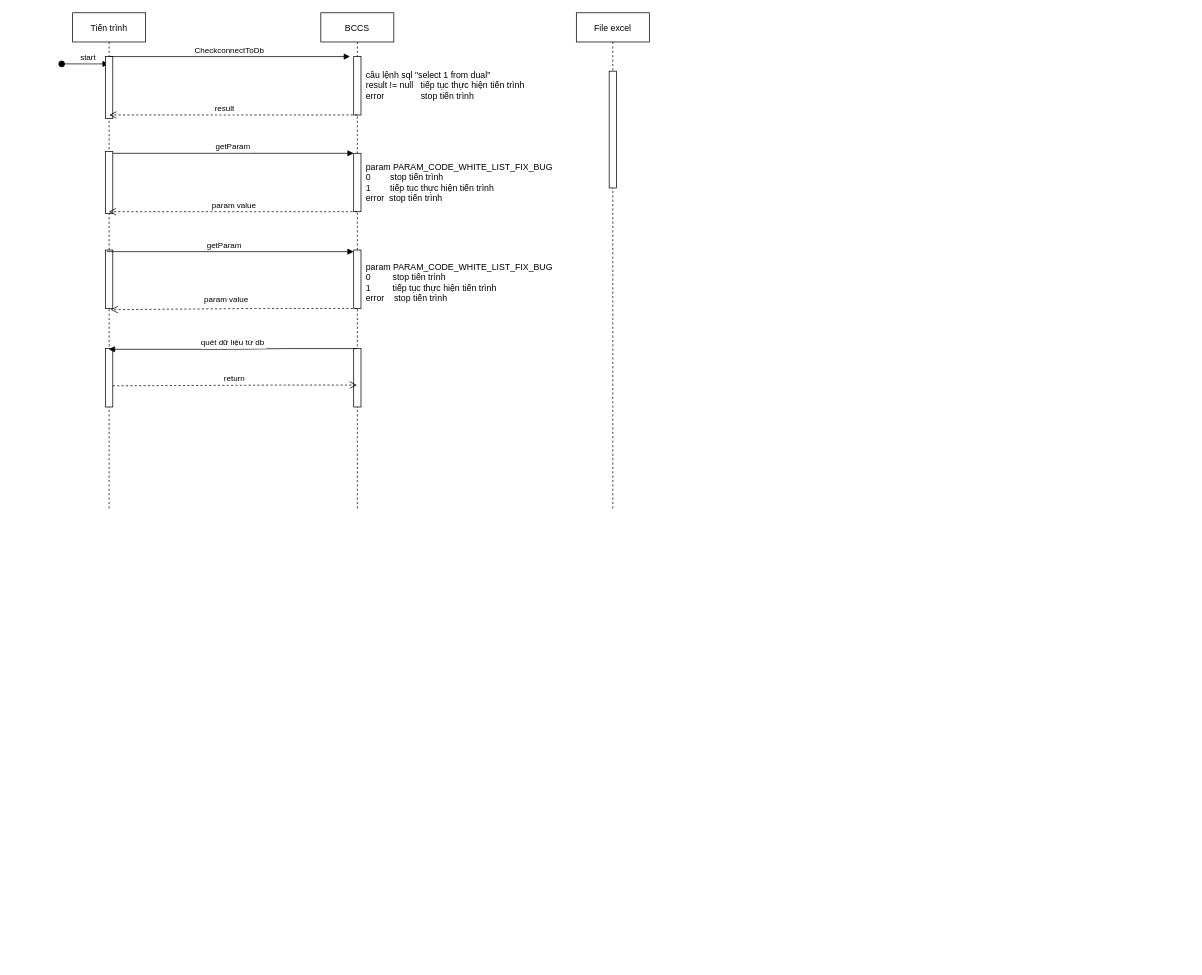
Earlier version of the draw.io diagram Untitled Diagram.drawio (tvthieu/testmerge). Source tidied: cells renumbered, new cells numbered last; positions are measured from the earlier drawing's top-left corner, leaving out a move shared by most shapes. Both pictures are drawn from the tidied source at 73%, with x=0, y=0 at pixel (61, 12).
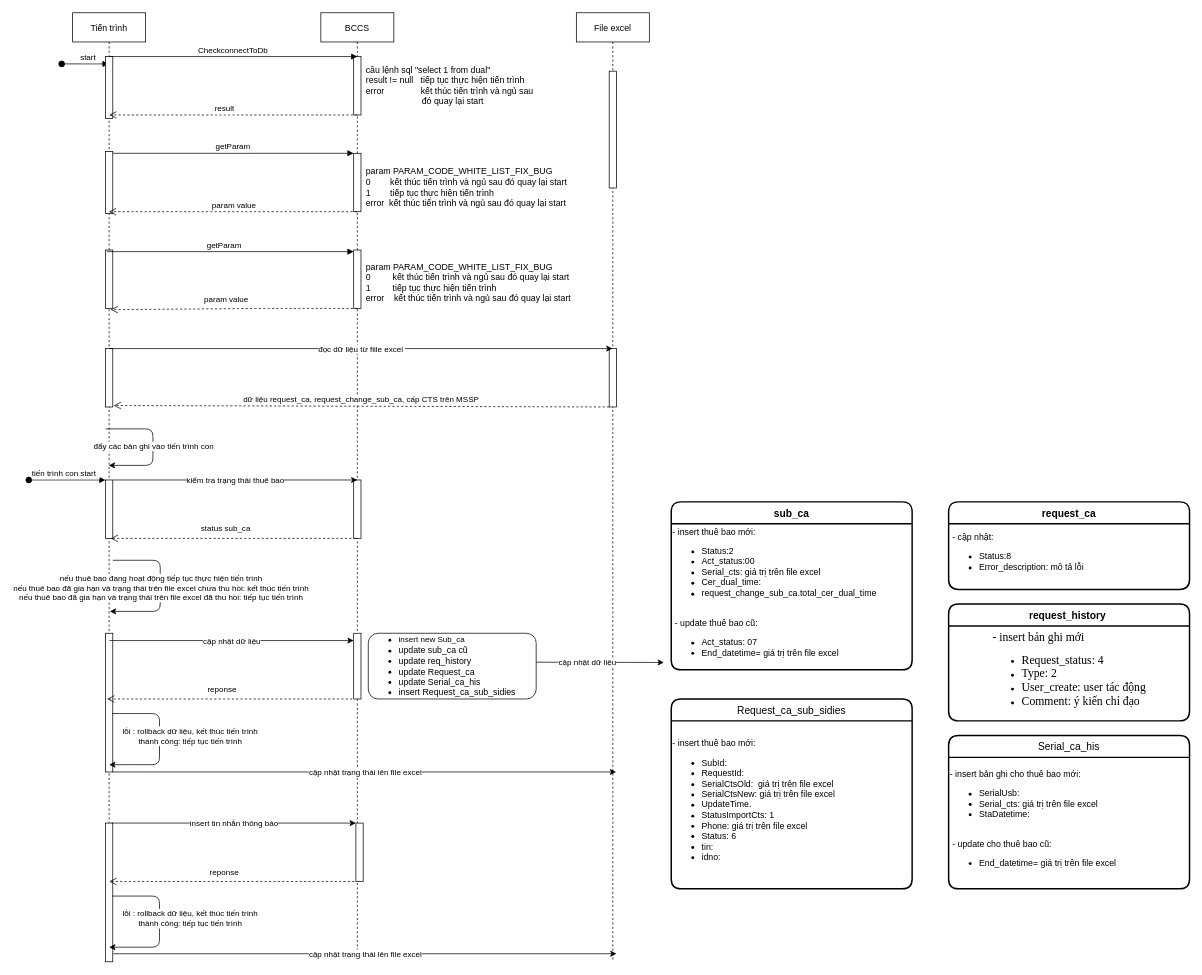
Above is the later version.

Unchanged cells that the change refers to:
```xml
<mxCell id="5" style="points=[];perimeter=orthogonalPerimeter;rounded=0;shadow=0;strokeWidth=1;" parent="2" vertex="1">
  <mxGeometry x="45" y="460" width="10" height="80" as="geometry" />
</mxCell>
<mxCell id="11" style="points=[];perimeter=orthogonalPerimeter;rounded=0;shadow=0;strokeWidth=1;" parent="8" vertex="1">
  <mxGeometry x="45" y="60" width="10" height="80" as="geometry" />
</mxCell>
```

The edit, as a diff of the source:
```diff
@@
     <mxCell id="2" value="Tiến trình" style="shape=umlLifeline;perimeter=lifelinePerimeter;rounded=0;shadow=0;strokeWidth=1;" parent="1" vertex="1">
-      <mxGeometry x="15" width="100" height="680" as="geometry" />
+      <mxGeometry x="15" width="100" height="1300" as="geometry" />
     </mxCell>
@@
+    <mxCell id="26" style="perimeter=orthogonalPerimeter;rounded=0;shadow=0;strokeWidth=1;" parent="2" vertex="1">
+      <mxGeometry x="45" y="640" width="10" height="80" as="geometry" />
+    </mxCell>
+    <mxCell id="27" style="perimeter=orthogonalPerimeter;rounded=0;shadow=0;strokeWidth=1;" parent="2" vertex="1">
+      <mxGeometry x="45" y="850" width="10" height="190" as="geometry" />
+    </mxCell>
+    <mxCell id="28" style="perimeter=orthogonalPerimeter;rounded=0;shadow=0;strokeWidth=1;" parent="2" vertex="1">
+      <mxGeometry x="45" y="1110" width="10" height="190" as="geometry" />
+    </mxCell>
     <mxCell id="8" value="BCCS" style="shape=umlLifeline;perimeter=lifelinePerimeter;rounded=0;shadow=0;strokeWidth=1;" parent="1" vertex="1">
-      <mxGeometry x="355" width="100" height="680" as="geometry" />
+      <mxGeometry x="355" width="100" height="1290" as="geometry" />
     </mxCell>
@@
-    <mxCell id="12" style="points=[];perimeter=orthogonalPerimeter;rounded=0;shadow=0;strokeWidth=1;" parent="8" vertex="1">
-      <mxGeometry x="45" y="460" width="10" height="80" as="geometry" />
-    </mxCell>
+    <mxCell id="29" style="perimeter=orthogonalPerimeter;rounded=0;shadow=0;strokeWidth=1;" parent="8" vertex="1">
+      <mxGeometry x="45" y="640" width="10" height="80" as="geometry" />
+    </mxCell>
+    <mxCell id="30" style="perimeter=orthogonalPerimeter;rounded=0;shadow=0;strokeWidth=1;" parent="8" vertex="1">
+      <mxGeometry x="45" y="850" width="10" height="90" as="geometry" />
+    </mxCell>
+    <mxCell id="31" style="perimeter=orthogonalPerimeter;rounded=0;shadow=0;strokeWidth=1;" parent="8" vertex="1">
+      <mxGeometry x="48" y="1110" width="10" height="80" as="geometry" />
+    </mxCell>
@@
-    <mxCell id="15" value="quét dữ liệu từ db" style="verticalAlign=bottom;endArrow=block;shadow=0;strokeWidth=1;" parent="1" edge="1">
-      <mxGeometry relative="1" as="geometry">
-        <mxPoint x="404.5" y="460" as="sourcePoint" />
-        <mxPoint x="64.5" y="461" as="targetPoint" />
-        <Array as="points">
-          <mxPoint x="305" y="460" />
-          <mxPoint x="235" y="461" />
-        </Array>
-      </mxGeometry>
-    </mxCell>
-    <mxCell id="16" value="return" style="verticalAlign=bottom;endArrow=open;dashed=1;endSize=8;exitX=1;exitY=0.638;shadow=0;strokeWidth=1;exitDx=0;exitDy=0;exitPerimeter=0;" parent="1" edge="1" source="5">
-      <mxGeometry relative="1" as="geometry">
-        <mxPoint x="404.5" y="510" as="targetPoint" />
-        <Array as="points">
-          <mxPoint x="295" y="510" />
-        </Array>
-      </mxGeometry>
-    </mxCell>
     <mxCell id="17" value="File excel" style="shape=umlLifeline;perimeter=lifelinePerimeter;rounded=0;shadow=0;strokeWidth=1;" parent="1" vertex="1">
-      <mxGeometry x="705" width="100" height="680" as="geometry" />
+      <mxGeometry x="705" width="100" height="1300" as="geometry" />
     </mxCell>
@@
-    <mxCell id="19" value="&lt;div&gt;param PARAM_CODE_WHITE_LIST_FIX_BUG&lt;/div&gt;&lt;div&gt;&lt;span&gt;0&amp;nbsp; &amp;nbsp; &amp;nbsp; &amp;nbsp; stop tiến trình&lt;/span&gt;&lt;/div&gt;&lt;div&gt;1&amp;nbsp; &amp;nbsp; &amp;nbsp; &amp;nbsp; tiếp tục thực hiện tiến trình&lt;/div&gt;&lt;div&gt;error&amp;nbsp; stop tiến trình&lt;/div&gt;" style="text;html=1;strokeColor=none;fillColor=none;align=left;verticalAlign=middle;whiteSpace=wrap;rounded=0;" parent="1" vertex="1">
-      <mxGeometry x="415" y="207.5" width="270" height="50" as="geometry" />
+    <mxCell id="19" value="&lt;div&gt;param PARAM_CODE_WHITE_LIST_FIX_BUG&lt;span&gt;&amp;nbsp; &amp;nbsp;&lt;/span&gt;&lt;/div&gt;0&amp;nbsp; &amp;nbsp; &amp;nbsp; &amp;nbsp; kết thúc tiến trình và ngủ sau đó quay lại start&lt;div&gt;1&amp;nbsp; &amp;nbsp; &amp;nbsp; &amp;nbsp; tiếp tục thực hiện tiến trình&lt;/div&gt;error&amp;nbsp; kết thúc tiến trình và ngủ sau đó quay lại start" style="text;html=1;strokeColor=none;fillColor=none;align=left;verticalAlign=middle;whiteSpace=wrap;rounded=0;" parent="1" vertex="1">
+      <mxGeometry x="415" y="207.5" width="320" height="62.5" as="geometry" />
     </mxCell>
@@
-    <mxCell id="21" value="param PARAM_CODE_WHITE_LIST_FIX_BUG&lt;br&gt;0&amp;nbsp; &amp;nbsp; &amp;nbsp; &amp;nbsp; &amp;nbsp;stop tiến trình&lt;br&gt;1&amp;nbsp; &amp;nbsp; &amp;nbsp; &amp;nbsp; &amp;nbsp;tiếp tục thực hiện tiến trình&lt;br&gt;error&amp;nbsp; &amp;nbsp; stop tiến trình" style="text;whiteSpace=wrap;html=1;" parent="1" vertex="1">
-      <mxGeometry x="415" y="335" width="270" height="70" as="geometry" />
+    <mxCell id="21" value="param PARAM_CODE_WHITE_LIST_FIX_BUG&lt;br&gt;0&amp;nbsp; &amp;nbsp; &amp;nbsp; &amp;nbsp; &amp;nbsp;kết thúc tiến trình và ngủ sau đó quay lại start&lt;br&gt;1&amp;nbsp; &amp;nbsp; &amp;nbsp; &amp;nbsp; &amp;nbsp;tiếp tục thực hiện tiến trình&lt;br&gt;error&amp;nbsp; &amp;nbsp; kết thúc tiến trình và ngủ sau đó quay lại start" style="text;whiteSpace=wrap;html=1;" parent="1" vertex="1">
+      <mxGeometry x="415" y="335" width="300" height="70" as="geometry" />
     </mxCell>
@@
-    <mxCell id="23" value="CheckconnectToDb" style="verticalAlign=bottom;endArrow=block;entryX=0;entryY=0;shadow=0;strokeWidth=1;" parent="1" edge="1">
+    <mxCell id="23" value="CheckconnectToDb" style="verticalAlign=bottom;endArrow=block;entryX=0.5;entryY=0;shadow=0;strokeWidth=1;entryDx=0;entryDy=0;entryPerimeter=0;" parent="1" edge="1" target="11">
       <mxGeometry relative="1" as="geometry">
         <mxPoint x="65" y="60" as="sourcePoint" />
-        <mxPoint x="395" y="60" as="targetPoint" />
       </mxGeometry>
     </mxCell>
@@
-    <mxCell id="25" value="câu lệnh sql &quot;select 1 from dual&quot;&lt;br&gt;result != null&amp;nbsp; &amp;nbsp;tiếp tục thực hiện tiến trình&lt;br&gt;error&amp;nbsp; &amp;nbsp; &amp;nbsp; &amp;nbsp; &amp;nbsp; &amp;nbsp; &amp;nbsp; &amp;nbsp;stop tiến trình" style="text;html=1;strokeColor=none;fillColor=none;align=left;verticalAlign=middle;whiteSpace=wrap;rounded=0;" parent="1" vertex="1">
+    <mxCell id="25" value="câu lệnh sql &quot;select 1 from dual&quot;&lt;br&gt;result != null&amp;nbsp; &amp;nbsp;tiếp tục thực hiện tiến trình&lt;br&gt;error&amp;nbsp; &amp;nbsp; &amp;nbsp; &amp;nbsp; &amp;nbsp; &amp;nbsp; &amp;nbsp; &amp;nbsp;kết thúc tiến trình và ngủ sau&amp;nbsp; &amp;nbsp; &amp;nbsp; &amp;nbsp; &amp;nbsp; &amp;nbsp; &amp;nbsp; &amp;nbsp; &amp;nbsp; &amp;nbsp; &amp;nbsp; &amp;nbsp; &amp;nbsp;đó quay lại start" style="text;html=1;strokeColor=none;fillColor=none;align=left;verticalAlign=middle;whiteSpace=wrap;rounded=0;" parent="1" vertex="1">
       <mxGeometry x="415" y="70" width="240" height="60" as="geometry" />
     </mxCell>
+    <mxCell id="12" style="points=[];perimeter=orthogonalPerimeter;rounded=0;shadow=0;strokeWidth=1;" parent="1" vertex="1">
+      <mxGeometry x="750" y="460" width="10" height="80" as="geometry" />
+    </mxCell>
+    <mxCell id="32" style="endArrow=classic;html=1;" parent="1" edge="1" target="17">
+      <mxGeometry relative="1" as="geometry">
+        <mxPoint x="65" y="460" as="sourcePoint" />
+      </mxGeometry>
+    </mxCell>
+    <mxCell id="33" value="đọc dữ liệu từ fiile excel&amp;nbsp;" style="edgeLabel;html=1;align=center;verticalAlign=middle;" parent="32" vertex="1">
+      <mxGeometry relative="1" as="geometry" />
+    </mxCell>
+    <mxCell id="34" value="dữ liệu request_ca, request_change_sub_ca, cấp CTS trên MSSP&lt;br&gt;" style="html=1;verticalAlign=bottom;endArrow=open;dashed=1;endSize=8;exitX=0;exitY=1;exitDx=0;exitDy=0;exitPerimeter=0;entryX=1.1;entryY=0.975;entryDx=0;entryDy=0;entryPerimeter=0;" parent="1" edge="1" source="12" target="5">
+      <mxGeometry relative="1" as="geometry" />
+    </mxCell>
+    <mxCell id="35" style="endArrow=classic;html=1;" parent="1" edge="1">
+      <mxGeometry relative="1" as="geometry">
+        <mxPoint x="70.5" y="640" as="sourcePoint" />
+        <mxPoint x="405" y="640" as="targetPoint" />
+      </mxGeometry>
+    </mxCell>
+    <mxCell id="36" value="kiểm tra trạng thái thuê bao" style="edgeLabel;html=1;align=center;verticalAlign=middle;" parent="35" vertex="1">
+      <mxGeometry relative="1" as="geometry" />
+    </mxCell>
+    <mxCell id="37" value="status sub_ca" style="verticalAlign=bottom;endArrow=open;dashed=1;endSize=8;shadow=0;strokeWidth=1;" parent="1" edge="1">
+      <mxGeometry x="0.18" y="-20" relative="1" as="geometry">
+        <mxPoint x="403" y="720" as="sourcePoint" />
+        <mxPoint x="67" y="720" as="targetPoint" />
+        <mxPoint x="20" y="16" as="offset" />
+      </mxGeometry>
+    </mxCell>
+    <mxCell id="38" style="endArrow=classic;html=1;" parent="1" edge="1" target="2">
+      <mxGeometry relative="1" as="geometry">
+        <mxPoint x="60" y="570" as="sourcePoint" />
+        <Array as="points">
+          <mxPoint x="125" y="570" />
+          <mxPoint x="125" y="620" />
+        </Array>
+      </mxGeometry>
+    </mxCell>
+    <mxCell id="39" value="đẩy các bản ghi vào tiến trình con&lt;br&gt;" style="edgeLabel;html=1;align=center;verticalAlign=middle;" parent="38" vertex="1">
+      <mxGeometry relative="1" as="geometry" />
+    </mxCell>
+    <mxCell id="40" value="tiến trình con start " style="verticalAlign=bottom;startArrow=oval;endArrow=block;startSize=8;shadow=0;strokeWidth=1;" parent="1" edge="1">
+      <mxGeometry x="-0.05" relative="1" as="geometry">
+        <mxPoint x="-45" y="640" as="sourcePoint" />
+        <mxPoint x="60" y="640" as="targetPoint" />
+      </mxGeometry>
+    </mxCell>
+    <mxCell id="41" style="endArrow=classic;html=1;" parent="1" edge="1">
+      <mxGeometry relative="1" as="geometry">
+        <mxPoint x="70" y="750" as="sourcePoint" />
+        <mxPoint x="66" y="820" as="targetPoint" />
+        <Array as="points">
+          <mxPoint x="135" y="750" />
+          <mxPoint x="135" y="820" />
+          <mxPoint x="105" y="820" />
+        </Array>
+      </mxGeometry>
+    </mxCell>
+    <mxCell id="42" value="nếu thuê bao đang hoạt động tiếp tục thực hiện tiến trình&lt;br&gt;nếu thuê bao đã gia hạn và trạng thái trên file excel chưa thu hồi: kết thúc tiến trình&lt;br&gt;nếu thuê bao đã gia hạn và trạng thái trên file excel đã thu hồi: tiếp&amp;nbsp;tục tiến trình" style="edgeLabel;html=1;align=center;verticalAlign=middle;" parent="41" vertex="1">
+      <mxGeometry relative="1" as="geometry" />
+    </mxCell>
+    <mxCell id="43" style="endArrow=classic;html=1;" parent="1" edge="1">
+      <mxGeometry relative="1" as="geometry">
+        <mxPoint x="65.5" y="860" as="sourcePoint" />
+        <mxPoint x="400" y="860" as="targetPoint" />
+      </mxGeometry>
+    </mxCell>
+    <mxCell id="44" value="cập nhật dữ liệu" style="edgeLabel;html=1;align=center;verticalAlign=middle;" parent="43" vertex="1">
+      <mxGeometry relative="1" as="geometry" />
+    </mxCell>
+    <mxCell id="45" value="reponse" style="verticalAlign=bottom;endArrow=open;dashed=1;endSize=8;shadow=0;strokeWidth=1;" parent="1" edge="1">
+      <mxGeometry x="0.18" y="-20" relative="1" as="geometry">
+        <mxPoint x="398" y="940" as="sourcePoint" />
+        <mxPoint x="62" y="940" as="targetPoint" />
+        <mxPoint x="20" y="16" as="offset" />
+      </mxGeometry>
+    </mxCell>
+    <mxCell id="46" style="endArrow=classic;html=1;" parent="1" edge="1">
+      <mxGeometry relative="1" as="geometry">
+        <mxPoint x="70" y="1040" as="sourcePoint" />
+        <mxPoint x="759.5" y="1040" as="targetPoint" />
+        <Array as="points">
+          <mxPoint x="130" y="1040" />
+        </Array>
+      </mxGeometry>
+    </mxCell>
+    <mxCell id="47" value="cập nhật trạng thái lên file excel" style="edgeLabel;html=1;align=center;verticalAlign=middle;" parent="46" vertex="1">
+      <mxGeometry relative="1" as="geometry" />
+    </mxCell>
+    <mxCell id="48" style="endArrow=classic;html=1;" parent="1" edge="1">
+      <mxGeometry relative="1" as="geometry">
+        <mxPoint x="68.5" y="1110" as="sourcePoint" />
+        <mxPoint x="403" y="1110" as="targetPoint" />
+      </mxGeometry>
+    </mxCell>
+    <mxCell id="49" value="insert tin nhắn thông báo" style="edgeLabel;html=1;align=center;verticalAlign=middle;" parent="48" vertex="1">
+      <mxGeometry relative="1" as="geometry" />
+    </mxCell>
+    <mxCell id="50" value="reponse" style="verticalAlign=bottom;endArrow=open;dashed=1;endSize=8;shadow=0;strokeWidth=1;" parent="1" edge="1">
+      <mxGeometry x="0.18" y="-20" relative="1" as="geometry">
+        <mxPoint x="401" y="1190" as="sourcePoint" />
+        <mxPoint x="65" y="1190" as="targetPoint" />
+        <mxPoint x="20" y="16" as="offset" />
+      </mxGeometry>
+    </mxCell>
+    <mxCell id="51" style="endArrow=classic;html=1;" parent="1" edge="1">
+      <mxGeometry relative="1" as="geometry">
+        <mxPoint x="70.5" y="1289" as="sourcePoint" />
+        <mxPoint x="760" y="1289" as="targetPoint" />
+        <Array as="points">
+          <mxPoint x="130.5" y="1289" />
+        </Array>
+      </mxGeometry>
+    </mxCell>
+    <mxCell id="52" value="cập nhật trạng thái lên file excel" style="edgeLabel;html=1;align=center;verticalAlign=middle;" parent="51" vertex="1">
+      <mxGeometry relative="1" as="geometry" />
+    </mxCell>
+    <mxCell id="53" style="endArrow=classic;html=1;" parent="1" edge="1">
+      <mxGeometry relative="1" as="geometry">
+        <mxPoint x="69" y="960" as="sourcePoint" />
+        <mxPoint x="65" y="1030" as="targetPoint" />
+        <Array as="points">
+          <mxPoint x="134" y="960" />
+          <mxPoint x="134" y="1030" />
+          <mxPoint x="104" y="1030" />
+        </Array>
+      </mxGeometry>
+    </mxCell>
+    <mxCell id="54" value="lỗi : rollback dữ liệu, kết thúc tiến trình&lt;br&gt;thành công: tiếp tục tiến trình" style="edgeLabel;html=1;align=center;verticalAlign=middle;" parent="53" vertex="1">
+      <mxGeometry relative="1" as="geometry">
+        <mxPoint x="41" y="-7" as="offset" />
+      </mxGeometry>
+    </mxCell>
+    <mxCell id="55" style="endArrow=classic;html=1;" parent="1" edge="1">
+      <mxGeometry relative="1" as="geometry">
+        <mxPoint x="69" y="1210" as="sourcePoint" />
+        <mxPoint x="65" y="1280" as="targetPoint" />
+        <Array as="points">
+          <mxPoint x="134" y="1210" />
+          <mxPoint x="134" y="1280" />
+          <mxPoint x="104" y="1280" />
+        </Array>
+      </mxGeometry>
+    </mxCell>
+    <mxCell id="56" value="lỗi : rollback dữ liệu, kết thúc tiến trình&lt;br&gt;thành công: tiếp tục tiến trình" style="edgeLabel;html=1;align=center;verticalAlign=middle;" parent="55" vertex="1">
+      <mxGeometry relative="1" as="geometry">
+        <mxPoint x="41" y="-7" as="offset" />
+      </mxGeometry>
+    </mxCell>
+    <mxCell id="57" value="sub_ca" style="swimlane;horizontal=1;startSize=30;rounded=1;fontSize=14;fontStyle=1;strokeWidth=2;shadow=0;dashed=0;align=center;" parent="1" vertex="1">
+      <mxGeometry x="835" y="670" width="330" height="230" as="geometry" />
+    </mxCell>
+    <mxCell id="58" value="&lt;span&gt;-&amp;nbsp;insert thuê bao mới:&lt;/span&gt;&lt;span&gt;&amp;nbsp; &amp;nbsp;&amp;nbsp;&lt;/span&gt;&lt;span&gt;&lt;br&gt;&lt;/span&gt;&lt;ul&gt;&lt;li&gt;&lt;span&gt;Status:2&lt;/span&gt;&lt;/li&gt;&lt;li&gt;&lt;span&gt;Act_status:00&lt;/span&gt;&lt;/li&gt;&lt;li&gt;&lt;span&gt;Serial_cts: giá trị trên file excel&lt;/span&gt;&lt;/li&gt;&lt;li&gt;&lt;span&gt;Cer_dual_time:&lt;/span&gt;&lt;/li&gt;&lt;li&gt;&lt;span&gt;request_change_sub_ca.total_cer_dual_time&lt;/span&gt;&lt;/li&gt;&lt;/ul&gt;&lt;br style=&quot;padding: 0px ; margin: 0px&quot;&gt;&lt;span&gt;&amp;nbsp;- update thuê bao cũ:&lt;/span&gt;&lt;br style=&quot;padding: 0px ; margin: 0px&quot;&gt;&lt;ul&gt;&lt;li&gt;&lt;span&gt;Act_status: 07&lt;/span&gt;&lt;/li&gt;&lt;li&gt;&lt;span&gt;End_datetime= giá trị trên file excel&lt;/span&gt;&lt;/li&gt;&lt;/ul&gt;" style="text;html=1;strokeColor=none;fillColor=none;align=left;verticalAlign=middle;whiteSpace=wrap;rounded=0;" parent="57" vertex="1">
+      <mxGeometry y="30" width="330" height="200" as="geometry" />
+    </mxCell>
+    <mxCell id="59" value="request_ca" style="swimlane;horizontal=1;startSize=30;rounded=1;fontSize=14;fontStyle=1;strokeWidth=2;shadow=0;dashed=0;align=center;" parent="1" vertex="1">
+      <mxGeometry x="1215" y="670" width="330" height="120" as="geometry" />
+    </mxCell>
+    <mxCell id="60" value="&lt;span&gt;&amp;nbsp;- cập nhật:&lt;/span&gt;&lt;br&gt;&lt;ul&gt;&lt;li&gt;&lt;span&gt;Status:8&lt;/span&gt;&lt;/li&gt;&lt;li&gt;&lt;span&gt;Error_description: mô tả lỗi&lt;/span&gt;&lt;/li&gt;&lt;/ul&gt;" style="text;html=1;align=left;verticalAlign=middle;" parent="59" vertex="1">
+      <mxGeometry y="30" width="330" height="90" as="geometry" />
+    </mxCell>
+    <mxCell id="61" value="request_history " style="swimlane;horizontal=1;startSize=30;rounded=1;fontSize=14;fontStyle=1;strokeWidth=2;shadow=0;dashed=0;align=center;" parent="1" vertex="1">
+      <mxGeometry x="1215" y="810" width="330" height="160" as="geometry" />
+    </mxCell>
+    <mxCell id="62" value="&lt;div style=&quot;text-align: left&quot;&gt;&lt;font face=&quot;times new roman, serif&quot;&gt;&lt;span style=&quot;font-size: 16px&quot;&gt;- insert bản ghi mới&lt;/span&gt;&lt;/font&gt;&lt;/div&gt;&lt;ul style=&quot;text-align: left&quot;&gt;&lt;li&gt;&lt;span style=&quot;font-family: &amp;#34;times new roman&amp;#34; , serif ; font-size: 12pt ; text-indent: -0.25in&quot;&gt;Request_status: 4&lt;/span&gt;&lt;/li&gt;&lt;li&gt;&lt;span style=&quot;font-family: &amp;#34;times new roman&amp;#34; , serif ; font-size: 12pt ; text-indent: -0.25in&quot;&gt;Type: 2&lt;/span&gt;&lt;/li&gt;&lt;li&gt;&lt;span style=&quot;font-family: &amp;#34;times new roman&amp;#34; , serif ; font-size: 12pt ; text-indent: -0.25in&quot;&gt;User_create: user tác động&lt;/span&gt;&lt;/li&gt;&lt;li&gt;&lt;span style=&quot;font-family: &amp;#34;times new roman&amp;#34; , serif ; font-size: 12pt ; text-indent: -0.25in&quot;&gt;Comment: ý kiến chỉ đạo&lt;/span&gt;&lt;/li&gt;&lt;/ul&gt;" style="text;html=1;align=center;verticalAlign=middle;" parent="61" vertex="1">
+      <mxGeometry y="30" width="330" height="130" as="geometry" />
+    </mxCell>
+    <mxCell id="63" value="Serial_ca_his" style="swimlane;horizontal=1;startSize=30;rounded=1;fontSize=14;fontStyle=0;strokeWidth=2;shadow=0;dashed=0;align=center;" parent="1" vertex="1">
+      <mxGeometry x="1215" y="990" width="330" height="210" as="geometry" />
+    </mxCell>
+    <mxCell id="64" value="&lt;span&gt;-&amp;nbsp;insert bản ghi cho thuê bao mới:&lt;/span&gt;&lt;span&gt;&amp;nbsp; &amp;nbsp;&amp;nbsp;&lt;br&gt;&lt;/span&gt;&lt;ul&gt;&lt;li&gt;SerialUsb:&lt;/li&gt;&lt;li&gt;Serial_cts: giá trị trên file excel&lt;/li&gt;&lt;li&gt;&lt;span&gt;StaDatetime:&lt;/span&gt;&lt;br&gt;&lt;/li&gt;&lt;/ul&gt;&lt;br style=&quot;padding: 0px ; margin: 0px&quot;&gt;&lt;span&gt;&amp;nbsp;- update cho thuê bao cũ:&lt;br&gt;&lt;/span&gt;&lt;ul&gt;&lt;li&gt;End_datetime= giá trị trên file excel&lt;/li&gt;&lt;/ul&gt;" style="text;html=1;align=left;verticalAlign=middle;" parent="63" vertex="1">
+      <mxGeometry y="30" width="330" height="180" as="geometry" />
+    </mxCell>
+    <mxCell id="65" value="Request_ca_sub_sidies" style="swimlane;horizontal=1;startSize=30;rounded=1;fontSize=14;fontStyle=0;strokeWidth=2;shadow=0;dashed=0;align=center;" parent="1" vertex="1">
+      <mxGeometry x="835" y="940" width="330" height="260" as="geometry" />
+    </mxCell>
+    <mxCell id="66" value="&lt;span&gt;-&amp;nbsp;insert thuê bao mới:&lt;/span&gt;&lt;span&gt;&amp;nbsp; &amp;nbsp;&amp;nbsp;&lt;/span&gt;&lt;span&gt;&lt;br&gt;&lt;/span&gt;&lt;ul&gt;&lt;li&gt;SubId:&lt;/li&gt;&lt;li&gt;RequestId:&lt;/li&gt;&lt;li&gt;SerialCtsOld:&amp;nbsp; giá trị trên file excel&lt;/li&gt;&lt;li&gt;SerialCtsNew: giá trị trên file excel&lt;/li&gt;&lt;li&gt;UpdateTime.&lt;/li&gt;&lt;li&gt;StatusImportCts: 1&lt;br&gt;&lt;/li&gt;&lt;li&gt;Phone: giá trị trên file excel&lt;br&gt;&lt;/li&gt;&lt;li&gt;Status: 6&lt;br&gt;&lt;/li&gt;&lt;li&gt;tin:&amp;nbsp;&lt;/li&gt;&lt;li&gt;idno:&lt;/li&gt;&lt;/ul&gt;" style="text;html=1;align=left;verticalAlign=middle;" parent="65" vertex="1">
+      <mxGeometry y="30" width="330" height="230" as="geometry" />
+    </mxCell>
+    <mxCell id="67" style="endArrow=classic;html=1;" parent="1" edge="1">
+      <mxGeometry relative="1" as="geometry">
+        <mxPoint x="615" y="889.5" as="sourcePoint" />
+        <mxPoint x="825" y="890" as="targetPoint" />
+      </mxGeometry>
+    </mxCell>
+    <mxCell id="68" value="cập nhật dữ liệu" style="edgeLabel;html=1;align=center;verticalAlign=middle;" parent="67" vertex="1">
+      <mxGeometry relative="1" as="geometry" />
+    </mxCell>
+    <mxCell id="69" value="&lt;ul&gt;&lt;li&gt;&lt;span style=&quot;font-size: 11px ; background-color: rgb(255 , 255 , 255)&quot;&gt;insert new Sub_ca&lt;/span&gt;&lt;/li&gt;&lt;li&gt;update sub_ca cũ&lt;/li&gt;&lt;li&gt;update req_history&lt;/li&gt;&lt;li&gt;update&amp;nbsp;Request_ca&lt;br&gt;&lt;/li&gt;&lt;li&gt;update&amp;nbsp;Serial_ca_his&lt;br&gt;&lt;/li&gt;&lt;li&gt;insert Request_ca_sub_sidies&lt;/li&gt;&lt;/ul&gt;" style="rounded=1;whiteSpace=wrap;html=1;align=left;" parent="1" vertex="1">
+      <mxGeometry x="420" y="850" width="230" height="90" as="geometry" />
+    </mxCell>
```
